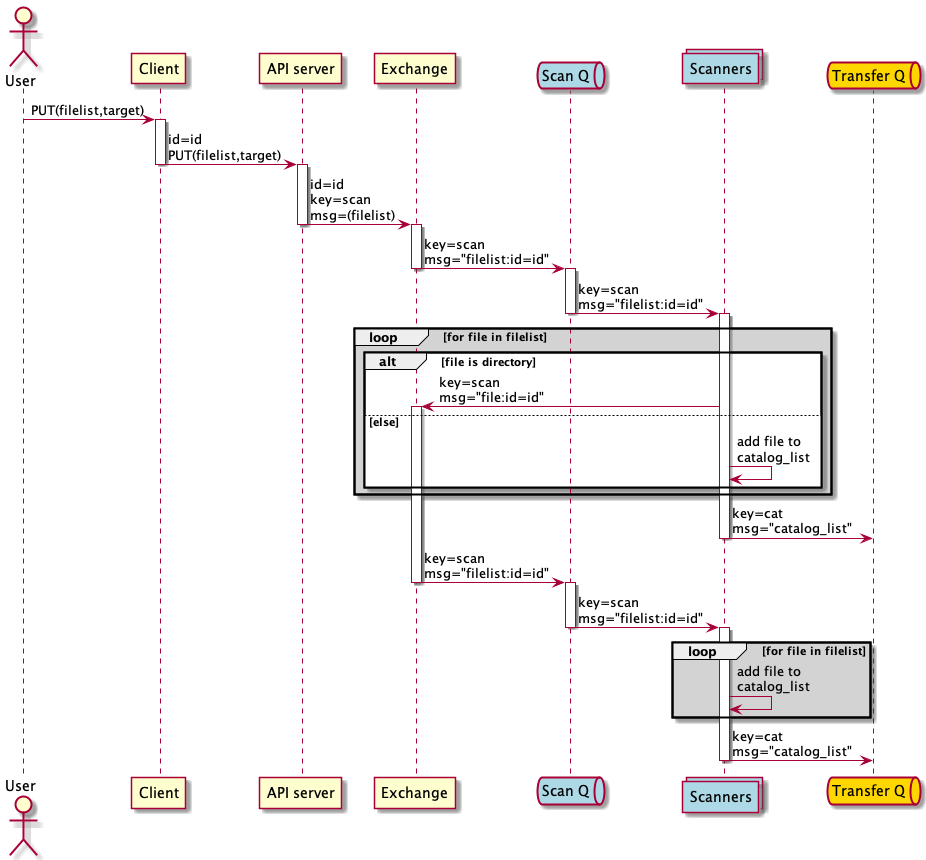
Above: doc/uml/message_flow_put.png in cedadev/nlds (PlantUML), before the change. Its diagram source:
```plantuml
@startuml message_flow_put

actor user as "User"
participant client as "Client"
participant server as "API server"
participant exchange as "Exchange"

queue q1 as "Scan Q" #lightblue
collections scan as "Scanners" #lightblue

queue q2 as "Transfer Q" #gold

user -> client : PUT(filelist,target)
activate client
client -> server : id=id\nPUT(filelist,target)
deactivate client
activate server
server -> exchange : id=id\nkey=scan\nmsg=(filelist)
deactivate server
activate exchange
exchange -> q1 : key=scan\nmsg="filelist:id=id"
deactivate exchange
activate q1
q1 -> scan : key=scan\nmsg="filelist:id=id"
deactivate q1
activate scan
loop #lightgrey for file in filelist
    alt file is directory
        scan -> exchange : key=scan\nmsg="file:id=id"
        activate exchange
    else else
        scan -> scan : add file to\ncatalog_list
    end
end
scan -> q2 : key=cat\nmsg="catalog_list"
deactivate scan
exchange -> q1 : key=scan\nmsg="filelist:id=id"
deactivate exchange
activate q1
q1 -> scan : key=scan\nmsg="filelist:id=id"
deactivate q1
activate scan
loop #lightgrey for file in filelist
    scan -> scan : add file to\ncatalog_list
end
scan -> q2 : key=cat\nmsg="catalog_list"
deactivate scan
@enduml
```
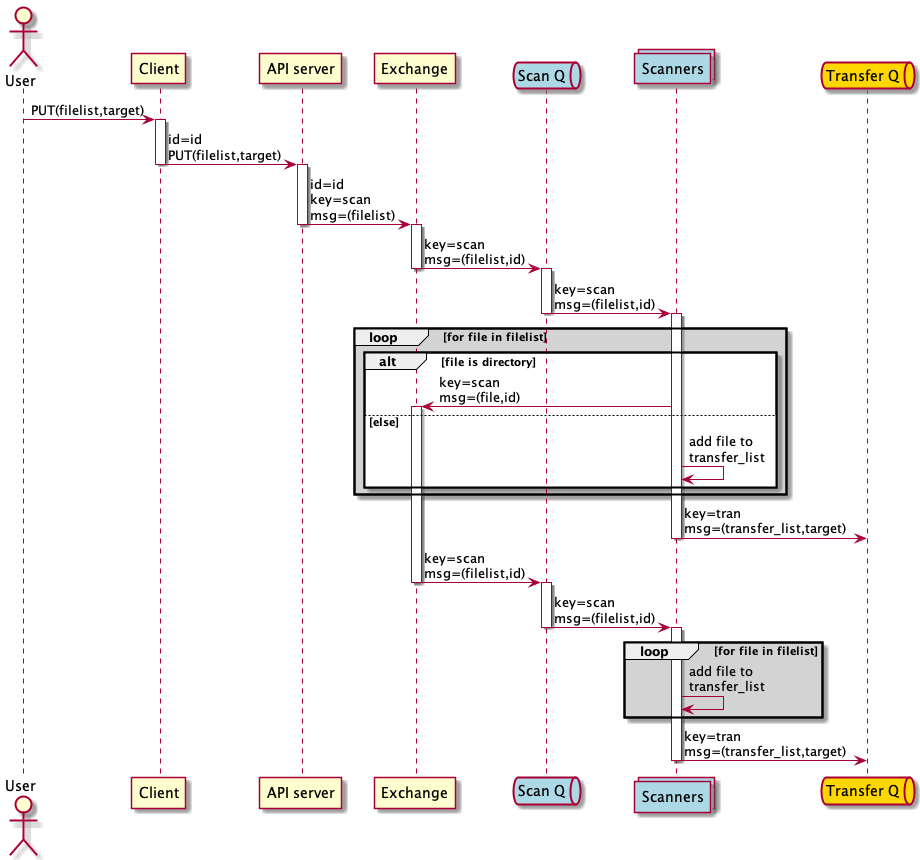
Later version of the same file.

Commit message:
Added correct message for transfer list

What changed in the source:
```diff
@@ -18,31 +18,31 @@
 server -> exchange : id=id\nkey=scan\nmsg=(filelist)
 deactivate server
 activate exchange
-exchange -> q1 : key=scan\nmsg="filelist:id=id"
+exchange -> q1 : key=scan\nmsg=(filelist,id)
 deactivate exchange
 activate q1
-q1 -> scan : key=scan\nmsg="filelist:id=id"
+q1 -> scan : key=scan\nmsg=(filelist,id)
 deactivate q1
 activate scan
 loop #lightgrey for file in filelist
     alt file is directory
-        scan -> exchange : key=scan\nmsg="file:id=id"
+        scan -> exchange : key=scan\nmsg=(file,id)
         activate exchange
     else else
-        scan -> scan : add file to\ncatalog_list
+        scan -> scan : add file to\ntransfer_list
     end
 end
-scan -> q2 : key=cat\nmsg="catalog_list"
+scan -> q2 : key=tran\nmsg=(transfer_list,target)
 deactivate scan
-exchange -> q1 : key=scan\nmsg="filelist:id=id"
+exchange -> q1 : key=scan\nmsg=(filelist,id)
 deactivate exchange
 activate q1
-q1 -> scan : key=scan\nmsg="filelist:id=id"
+q1 -> scan : key=scan\nmsg=(filelist,id)
 deactivate q1
 activate scan
 loop #lightgrey for file in filelist
-    scan -> scan : add file to\ncatalog_list
+    scan -> scan : add file to\ntransfer_list
 end
-scan -> q2 : key=cat\nmsg="catalog_list"
+scan -> q2 : key=tran\nmsg=(transfer_list,target)
 deactivate scan
 @enduml
```
